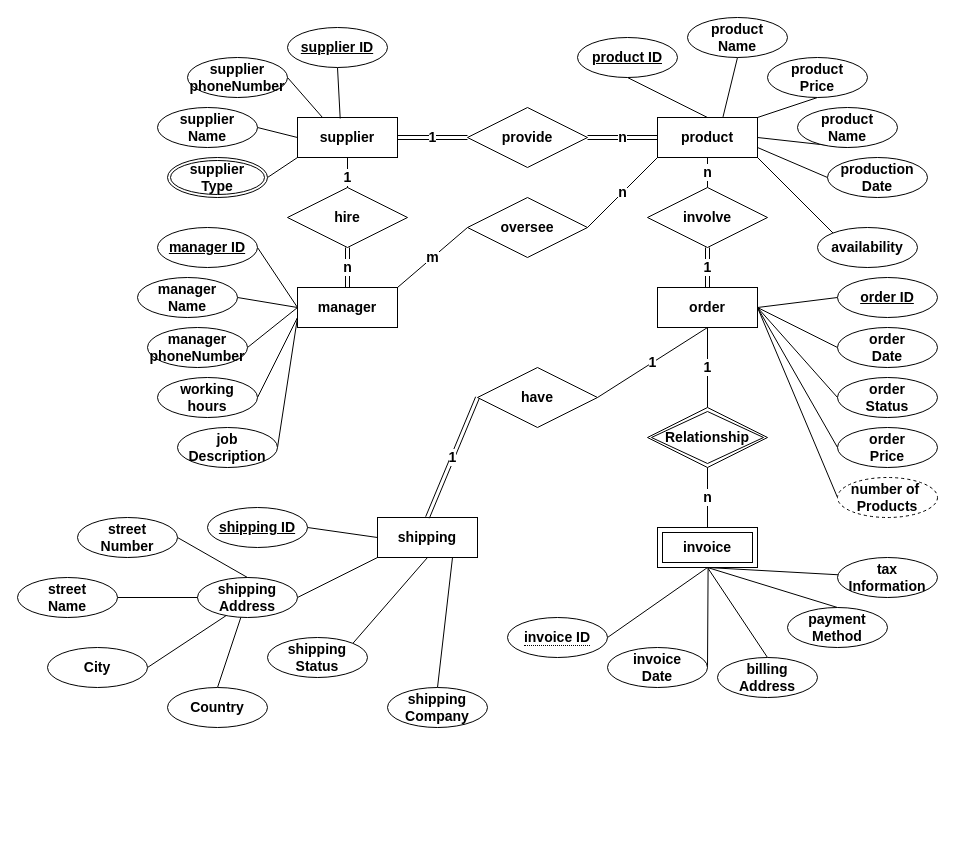
Above: page "Page-1" (1 of 2) of comp9311/assignment1_ER.drawio in stellariumImpl/CDN (draw.io), before the change. Source tidied: cells renumbered, new cells numbered last; positions are measured from the earlier drawing's top-left corner, leaving out a move shared by most shapes. Both pictures are drawn from the tidied source at 100%, with x=0, y=0 at pixel (17, 17).
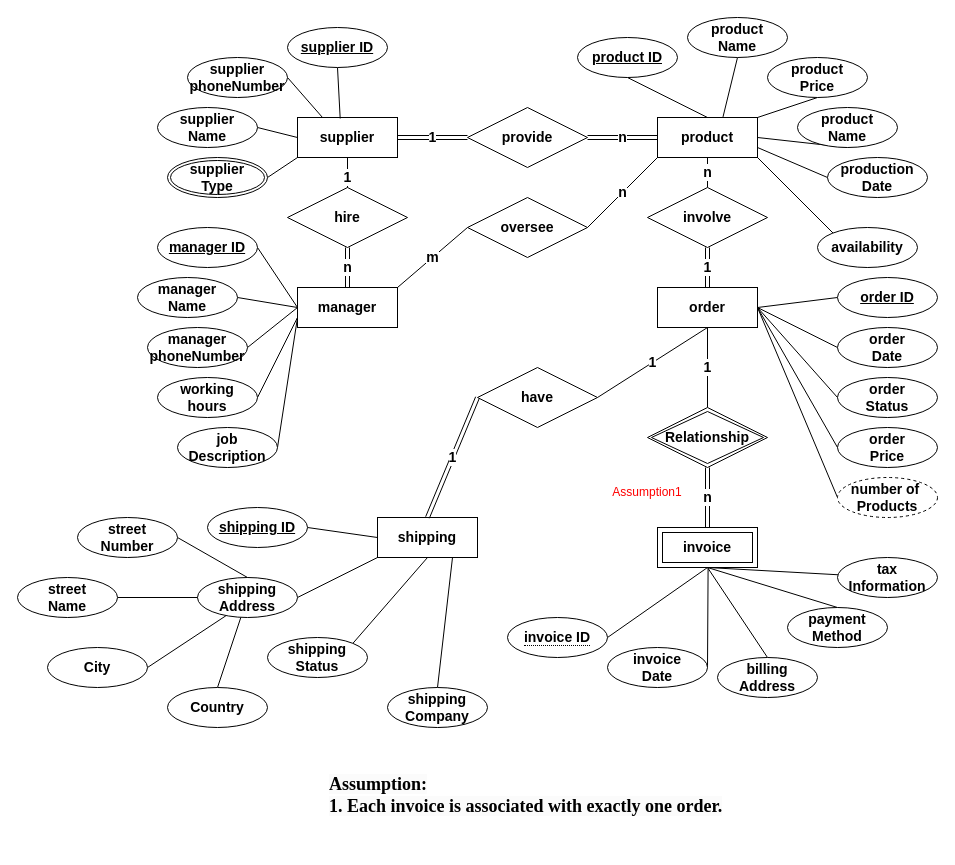
Above is the later version.

Unchanged cells that the change refers to:
```xml
<mxCell id="23" value="Relationship" style="shape=rhombus;double=1;perimeter=rhombusPerimeter;whiteSpace=wrap;html=1;align=center;fontStyle=1;fontSize=14;" parent="1" vertex="1">
  <mxGeometry x="630" y="390" width="120" height="60" as="geometry" />
</mxCell>
<mxCell id="25" value="invoice" style="shape=ext;margin=3;double=1;whiteSpace=wrap;html=1;align=center;fontStyle=1;fontSize=14;" parent="1" vertex="1">
  <mxGeometry x="640" y="510" width="100" height="40" as="geometry" />
</mxCell>
```

The edit, as a diff of the source:
```diff
@@
-    <mxCell id="24" value="n" style="rounded=0;jettySize=auto;html=1;exitX=0.5;exitY=0;exitDx=0;exitDy=0;entryX=0.5;entryY=1;entryDx=0;entryDy=0;endArrow=none;endFill=0;fontStyle=1;fontSize=14;" parent="1" edge="1" source="25" target="23">
+    <mxCell id="24" value="n" style="rounded=0;jettySize=auto;html=1;exitX=0.5;exitY=0;exitDx=0;exitDy=0;entryX=0.5;entryY=1;entryDx=0;entryDy=0;endArrow=none;endFill=0;fontStyle=1;fontSize=14;shape=link;" parent="1" edge="1" source="25" target="23">
       <mxGeometry relative="1" as="geometry" />
     </mxCell>
@@
+    <mxCell id="92" value="&lt;font style=&quot;font-size: 18px;&quot; face=&quot;Times New Roman&quot;&gt;&lt;b&gt;&lt;span style=&quot;color: rgb(0, 0, 0); font-style: normal; font-variant-ligatures: normal; font-variant-caps: normal; letter-spacing: normal; orphans: 2; text-align: left; text-indent: 0px; text-transform: none; widows: 2; word-spacing: 0px; -webkit-text-stroke-width: 0px; background-color: rgb(251, 251, 251); text-decoration-thickness: initial; text-decoration-style: initial; text-decoration-color: initial; float: none; display: inline !important;&quot;&gt;Assumption:&lt;/span&gt;&lt;br style=&quot;border-color: var(--border-color); color: rgb(0, 0, 0); font-style: normal; font-variant-ligatures: normal; font-variant-caps: normal; letter-spacing: normal; orphans: 2; text-align: left; text-indent: 0px; text-transform: none; widows: 2; word-spacing: 0px; -webkit-text-stroke-width: 0px; background-color: rgb(251, 251, 251); text-decoration-thickness: initial; text-decoration-style: initial; text-decoration-color: initial;&quot;&gt;&lt;span style=&quot;color: rgb(0, 0, 0); font-style: normal; font-variant-ligatures: normal; font-variant-caps: normal; letter-spacing: normal; orphans: 2; text-align: left; text-indent: 0px; text-transform: none; widows: 2; word-spacing: 0px; -webkit-text-stroke-width: 0px; background-color: rgb(251, 251, 251); text-decoration-thickness: initial; text-decoration-style: initial; text-decoration-color: initial; float: none; display: inline !important;&quot;&gt;1.&amp;nbsp;Each invoice is associated with exactly one order.&lt;/span&gt;&lt;/b&gt;&lt;/font&gt;" style="text;whiteSpace=wrap;html=1;" parent="1" vertex="1">
+      <mxGeometry x="310" y="750" width="470" height="80" as="geometry" />
+    </mxCell>
+    <mxCell id="93" value="&lt;font color=&quot;#ff0000&quot;&gt;Assumption1&lt;/font&gt;" style="text;strokeColor=none;align=center;fillColor=none;html=1;verticalAlign=middle;whiteSpace=wrap;rounded=0;" parent="1" vertex="1">
+      <mxGeometry x="600" y="460" width="60" height="30" as="geometry" />
+    </mxCell>
```
